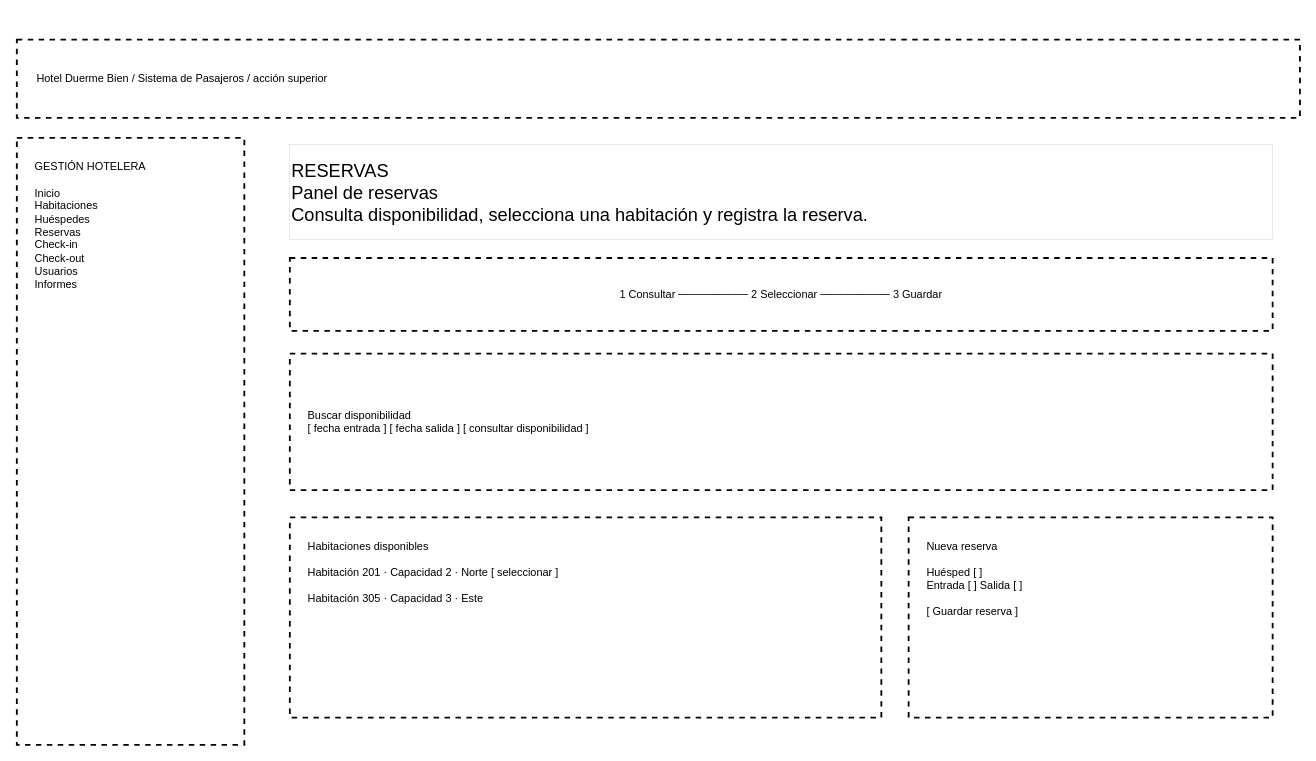
Earlier version of the draw.io diagram page "Sketch" (1 of 3) of diagramas-editables/04-interfaz.drawio (Yutre3/diego). Source tidied: cells renumbered, new cells numbered last; positions are measured from the earlier drawing's top-left corner, leaving out a move shared by most shapes. Both pictures are drawn from the tidied source at 91%, with x=0, y=0 at pixel (16, 39).
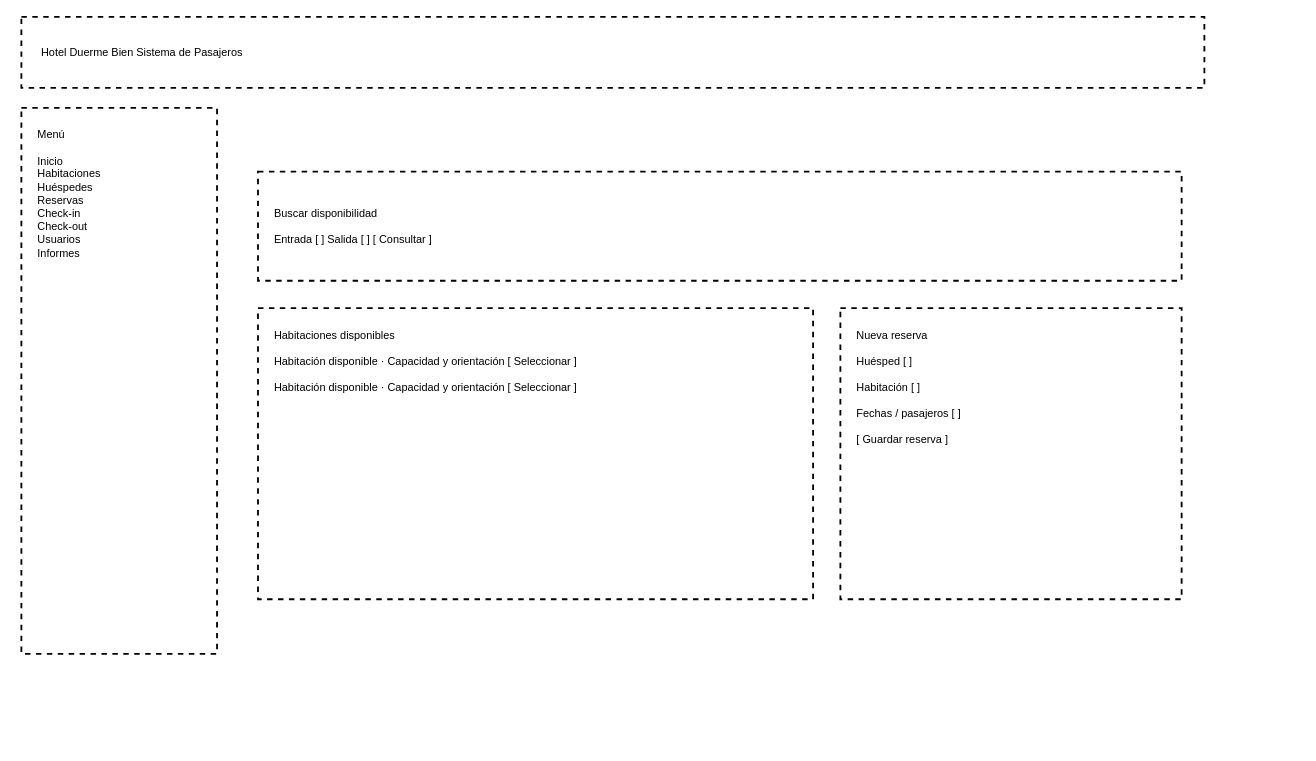
The same page after the edit.

Diff of the diagram source:
```diff
@@
 <mxGraphModel>
   <root>
     <mxCell id="0" />
     <mxCell id="1" parent="0" />
-    <mxCell id="2" value="Hotel Duerme Bien / Sistema de Pasajeros / acción superior" style="rounded=0;whiteSpace=wrap;html=1;strokeWidth=2;dashed=1;align=left;spacingLeft=20;" parent="1" vertex="1">
-      <mxGeometry width="1410" height="86" as="geometry" />
+    <mxCell id="2" value="Hotel Duerme Bien                                                                 Sistema de Pasajeros" style="rounded=0;whiteSpace=wrap;html=1;strokeWidth=2;dashed=1;align=left;spacingLeft=20;" parent="1" vertex="1">
+      <mxGeometry x="5" y="-25" width="1300" height="78" as="geometry" />
     </mxCell>
-    <mxCell id="3" value="GESTIÓN HOTELERA&#10;&#10;Inicio&#10;Habitaciones&#10;Huéspedes&#10;Reservas&#10;Check-in&#10;Check-out&#10;Usuarios&#10;Informes" style="rounded=0;whiteSpace=wrap;html=1;strokeWidth=2;dashed=1;align=left;verticalAlign=top;spacing=20;" parent="1" vertex="1">
-      <mxGeometry y="108" width="250" height="667" as="geometry" />
+    <mxCell id="3" value="Menú&#10;&#10;Inicio&#10;Habitaciones&#10;Huéspedes&#10;Reservas&#10;Check-in&#10;Check-out&#10;Usuarios&#10;Informes" style="rounded=0;whiteSpace=wrap;html=1;strokeWidth=2;dashed=1;align=left;verticalAlign=top;spacing=18;" parent="1" vertex="1">
+      <mxGeometry x="5" y="75" width="215" height="600" as="geometry" />
     </mxCell>
-    <mxCell id="4" value="RESERVAS&#10;Panel de reservas&#10;Consulta disponibilidad, selecciona una habitación y registra la reserva." style="rounded=0;whiteSpace=wrap;html=1;strokeWidth=0;align=left;fontSize=20;" parent="1" vertex="1">
-      <mxGeometry x="300" y="115" width="1080" height="105" as="geometry" />
-    </mxCell>
-    <mxCell id="5" value="1 Consultar  ─────────  2 Seleccionar  ─────────  3 Guardar" style="rounded=0;whiteSpace=wrap;html=1;strokeWidth=2;dashed=1;align=center;" parent="1" vertex="1">
-      <mxGeometry x="300" y="240" width="1080" height="80" as="geometry" />
-    </mxCell>
-    <mxCell id="6" value="Buscar disponibilidad&#10;[ fecha entrada ]      [ fecha salida ]                         [ consultar disponibilidad ]" style="rounded=0;whiteSpace=wrap;html=1;strokeWidth=2;dashed=1;align=left;spacing=20;" parent="1" vertex="1">
-      <mxGeometry x="300" y="345" width="1080" height="150" as="geometry" />
+    <mxCell id="6" value="Buscar disponibilidad&#10;&#10;Entrada [ ]        Salida [ ]                                  [ Consultar ]" style="rounded=0;whiteSpace=wrap;html=1;strokeWidth=2;dashed=1;align=left;spacing=18;" parent="1" vertex="1">
+      <mxGeometry x="265" y="145" width="1015" height="120" as="geometry" />
     </mxCell>
-    <mxCell id="7" value="Habitaciones disponibles&#10;&#10;Habitación 201 · Capacidad 2 · Norte                         [ seleccionar ]&#10;&#10;Habitación 305 · Capacidad 3 · Este" style="rounded=0;whiteSpace=wrap;html=1;strokeWidth=2;dashed=1;align=left;verticalAlign=top;spacing=20;" parent="1" vertex="1">
-      <mxGeometry x="300" y="525" width="650" height="220" as="geometry" />
+    <mxCell id="7" value="Habitaciones disponibles&#10;&#10;Habitación disponible · Capacidad y orientación         [ Seleccionar ]&#10;&#10;Habitación disponible · Capacidad y orientación         [ Seleccionar ]" style="rounded=0;whiteSpace=wrap;html=1;strokeWidth=2;dashed=1;align=left;verticalAlign=top;spacing=18;" parent="1" vertex="1">
+      <mxGeometry x="265" y="295" width="610" height="320" as="geometry" />
     </mxCell>
-    <mxCell id="8" value="Nueva reserva&#10;&#10;Huésped [ ]&#10;Entrada [ ]    Salida [ ]&#10;&#10;[ Guardar reserva ]" style="rounded=0;whiteSpace=wrap;html=1;strokeWidth=2;dashed=1;align=left;verticalAlign=top;spacing=20;" parent="1" vertex="1">
-      <mxGeometry x="980" y="525" width="400" height="220" as="geometry" />
+    <mxCell id="8" value="Nueva reserva&#10;&#10;Huésped [ ]&#10;&#10;Habitación [ ]&#10;&#10;Fechas / pasajeros [ ]&#10;&#10;[ Guardar reserva ]" style="rounded=0;whiteSpace=wrap;html=1;strokeWidth=2;dashed=1;align=left;verticalAlign=top;spacing=18;" parent="1" vertex="1">
+      <mxGeometry x="905" y="295" width="375" height="320" as="geometry" />
     </mxCell>
   </root>
 </mxGraphModel>
```
